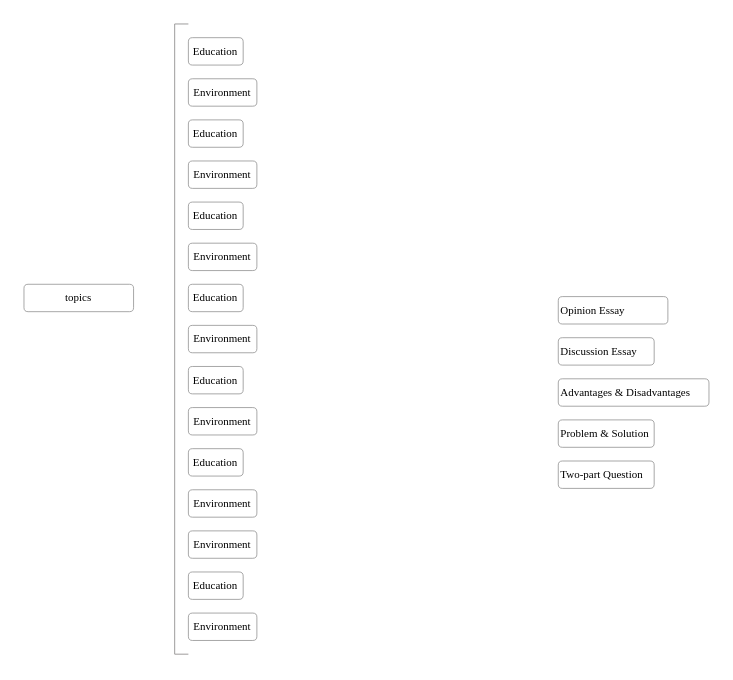
Before: page "[writing]" (1 of 3) of [languages]EnglishEssays.drawio in ptt743/draw, a draw.io diagram. Source tidied: cells renumbered, new cells numbered last; positions are measured from the earlier drawing's top-left corner, leaving out a move shared by most shapes. Both pictures are drawn from the tidied source at 137%, with x=0, y=0 at pixel (23, 23).
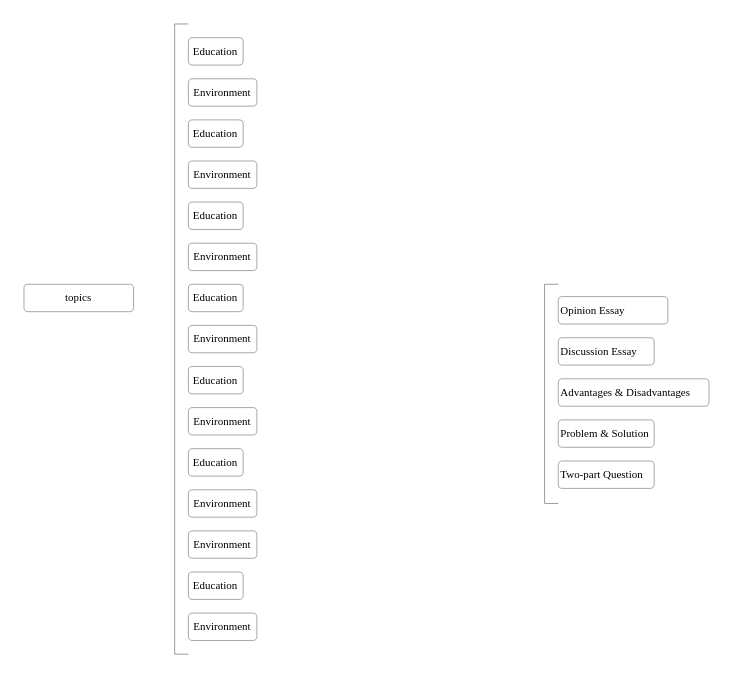
Above is the later version.

The edit, as a diff of the source:
```diff
@@
+    <mxCell id="24" style="endArrow=none;html=1;rounded=0;endFill=0;strokeColor=light-dark(#929090, #ededed);strokeWidth=0.65;" parent="1" edge="1">
+      <mxGeometry relative="1" as="geometry">
+        <mxPoint x="390" y="190" as="sourcePoint" />
+        <mxPoint x="390" y="350" as="targetPoint" />
+        <Array as="points">
+          <mxPoint x="380" y="190" />
+          <mxPoint x="380" y="350" />
+        </Array>
+      </mxGeometry>
+    </mxCell>
```
